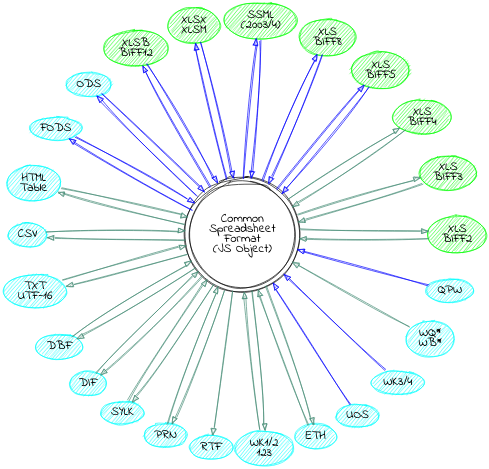
Above: formats.png in KingTiger001/sheet-project (Graphviz), before the change. Its source is kept beside it as misc/formats.dot.
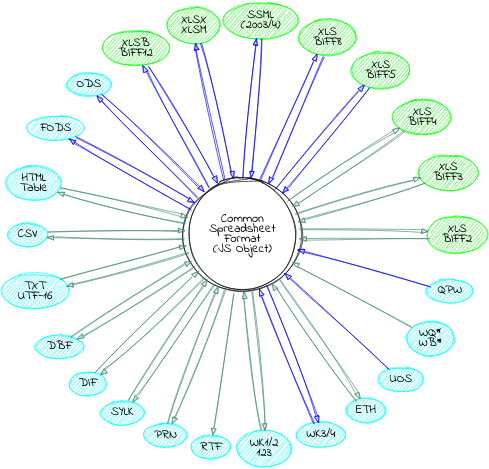
After the commit.

What changed in the source:
```diff
@@ -52,6 +52,7 @@
 		csf -> fods
 		uos -> csf
 		wk3 -> csf
+		csf -> wk3
 		qpw -> csf
 	}
 	subgraph WORKSHEET {
```
